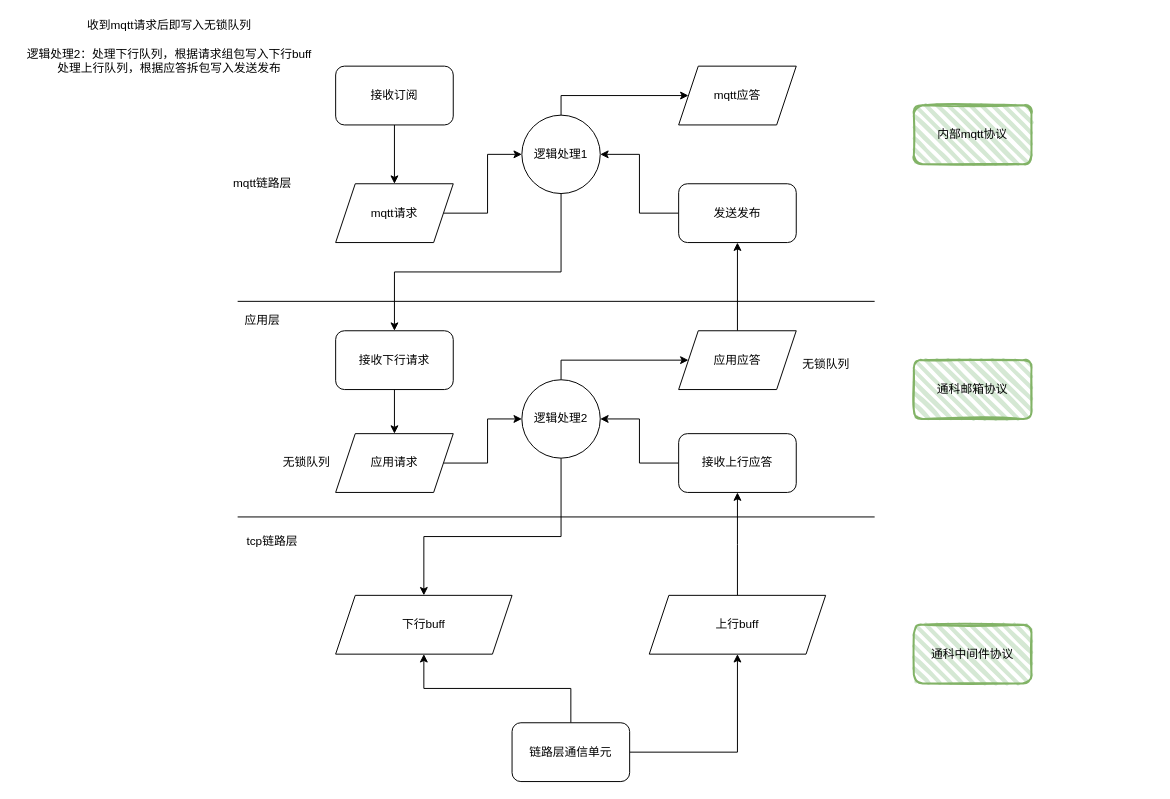
Before: 未命名绘图.drawio in jerry028/hello-world, a draw.io diagram. Source tidied: cells renumbered, new cells numbered last; positions are measured from the earlier drawing's top-left corner, leaving out a move shared by most shapes. Both pictures are drawn from the tidied source at 98%, with x=0, y=0 at pixel (17, 17).
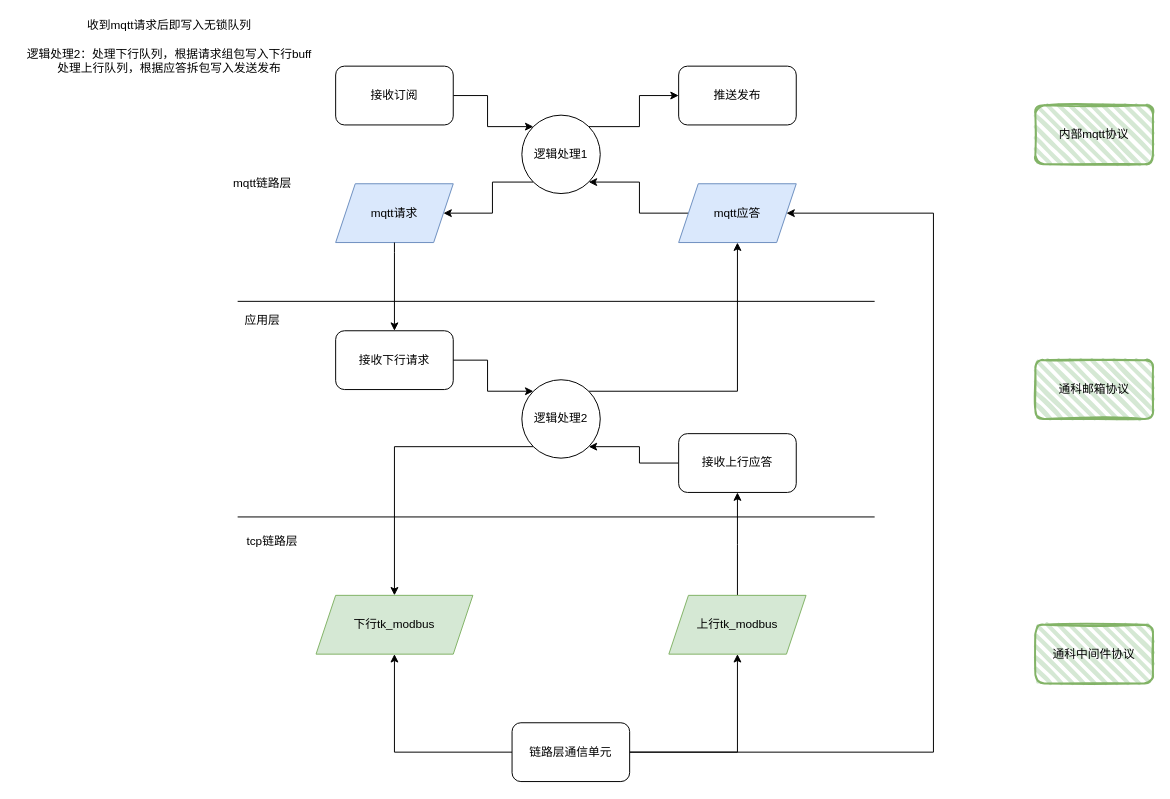
The same page after the edit.

Commit message:
更新未命名绘图.drawio

The change refers to these unchanged cells:
```xml
<mxCell id="3" value="接收下行请求" style="rounded=1;whiteSpace=wrap;html=1;" parent="1" vertex="1">
  <mxGeometry x="325" y="320" width="120" height="60" as="geometry" />
</mxCell>
<mxCell id="10" value="接收订阅" style="rounded=1;whiteSpace=wrap;html=1;" parent="1" vertex="1">
  <mxGeometry x="325" y="50" width="120" height="60" as="geometry" />
</mxCell>
<mxCell id="18" value="逻辑处理1" style="ellipse;whiteSpace=wrap;html=1;" parent="1" vertex="1">
  <mxGeometry x="515" y="100" width="80" height="80" as="geometry" />
</mxCell>
<mxCell id="23" value="逻辑处理2" style="ellipse;whiteSpace=wrap;html=1;" parent="1" vertex="1">
  <mxGeometry x="515" y="370" width="80" height="80" as="geometry" />
</mxCell>
<mxCell id="28" value="接收上行应答" style="rounded=1;whiteSpace=wrap;html=1;" parent="1" vertex="1">
  <mxGeometry x="675" y="425" width="120" height="60" as="geometry" />
</mxCell>
<mxCell id="33" value="链路层通信单元" style="rounded=1;whiteSpace=wrap;html=1;" parent="1" vertex="1">
  <mxGeometry x="505" y="720" width="120" height="60" as="geometry" />
</mxCell>
```

Diff of the diagram source:
```diff
@@
-    <mxCell id="2" style="edgeStyle=orthogonalEdgeStyle;rounded=0;jettySize=auto;html=1;entryX=0.5;entryY=0;entryDx=0;entryDy=0;" parent="1" edge="1" source="3" target="20">
-      <mxGeometry relative="1" as="geometry" />
-    </mxCell>
@@
-    <mxCell id="9" style="edgeStyle=orthogonalEdgeStyle;rounded=0;jettySize=auto;html=1;entryX=0.5;entryY=0;entryDx=0;entryDy=0;" parent="1" edge="1" source="10" target="12">
+    <mxCell id="9" style="edgeStyle=orthogonalEdgeStyle;rounded=0;jettySize=auto;html=1;entryX=0;entryY=0;entryDx=0;entryDy=0;" parent="1" edge="1" source="10" target="18">
       <mxGeometry relative="1" as="geometry" />
     </mxCell>
@@
-    <mxCell id="11" style="edgeStyle=orthogonalEdgeStyle;rounded=0;jettySize=auto;html=1;" parent="1" edge="1" source="12" target="18">
-      <mxGeometry relative="1" as="geometry" />
+    <mxCell id="11" style="edgeStyle=orthogonalEdgeStyle;rounded=0;jettySize=auto;html=1;entryX=1;entryY=0.5;entryDx=0;entryDy=0;exitX=0;exitY=1;exitDx=0;exitDy=0;" parent="1" edge="1" source="18" target="12">
+      <mxGeometry relative="1" as="geometry">
+        <Array as="points">
+          <mxPoint x="485" y="168" />
+          <mxPoint x="485" y="200" />
+        </Array>
+      </mxGeometry>
     </mxCell>
-    <mxCell id="12" value="mqtt请求" style="shape=parallelogram;perimeter=parallelogramPerimeter;whiteSpace=wrap;html=1;fixedSize=1;" parent="1" vertex="1">
+    <mxCell id="12" value="mqtt请求" style="shape=parallelogram;perimeter=parallelogramPerimeter;whiteSpace=wrap;html=1;fixedSize=1;fillColor=#dae8fc;strokeColor=#6c8ebf;" parent="1" vertex="1">
       <mxGeometry x="325" y="170" width="120" height="60" as="geometry" />
     </mxCell>
-    <mxCell id="13" value="mqtt应答" style="shape=parallelogram;perimeter=parallelogramPerimeter;whiteSpace=wrap;html=1;fixedSize=1;" parent="1" vertex="1">
-      <mxGeometry x="675" y="50" width="120" height="60" as="geometry" />
-    </mxCell>
-    <mxCell id="14" style="edgeStyle=orthogonalEdgeStyle;rounded=0;jettySize=auto;html=1;entryX=1;entryY=0.5;entryDx=0;entryDy=0;" parent="1" edge="1" source="15" target="18">
+    <mxCell id="14" style="edgeStyle=orthogonalEdgeStyle;rounded=0;jettySize=auto;html=1;entryX=1;entryY=1;entryDx=0;entryDy=0;exitX=0;exitY=0.5;exitDx=0;exitDy=0;" parent="1" edge="1" source="30" target="18">
       <mxGeometry relative="1" as="geometry" />
     </mxCell>
-    <mxCell id="15" value="发送发布" style="rounded=1;whiteSpace=wrap;html=1;" parent="1" vertex="1">
-      <mxGeometry x="675" y="170" width="120" height="60" as="geometry" />
-    </mxCell>
-    <mxCell id="16" style="edgeStyle=orthogonalEdgeStyle;rounded=0;jettySize=auto;html=1;entryX=0.5;entryY=0;entryDx=0;entryDy=0;" parent="1" edge="1" source="18" target="3">
+    <mxCell id="16" style="edgeStyle=orthogonalEdgeStyle;rounded=0;jettySize=auto;html=1;entryX=0.5;entryY=0;entryDx=0;entryDy=0;exitX=0.5;exitY=1;exitDx=0;exitDy=0;" parent="1" edge="1" source="12" target="3">
       <mxGeometry relative="1" as="geometry">
         <Array as="points">
-          <mxPoint x="555" y="260" />
-          <mxPoint x="385" y="260" />
+          <mxPoint x="385" y="240" />
+          <mxPoint x="385" y="240" />
         </Array>
       </mxGeometry>
     </mxCell>
-    <mxCell id="17" style="edgeStyle=orthogonalEdgeStyle;rounded=0;jettySize=auto;html=1;entryX=0;entryY=0.5;entryDx=0;entryDy=0;exitX=0.5;exitY=0;exitDx=0;exitDy=0;" parent="1" edge="1" source="18" target="13">
+    <mxCell id="17" style="edgeStyle=orthogonalEdgeStyle;rounded=0;jettySize=auto;html=1;entryX=0;entryY=0.5;entryDx=0;entryDy=0;exitX=1;exitY=0;exitDx=0;exitDy=0;" parent="1" edge="1" source="18" target="41">
       <mxGeometry relative="1" as="geometry" />
     </mxCell>
@@
-    <mxCell id="19" style="edgeStyle=orthogonalEdgeStyle;rounded=0;jettySize=auto;html=1;entryX=0;entryY=0.5;entryDx=0;entryDy=0;" parent="1" edge="1" source="20" target="23">
+    <mxCell id="19" style="edgeStyle=orthogonalEdgeStyle;rounded=0;jettySize=auto;html=1;entryX=0;entryY=0;entryDx=0;entryDy=0;exitX=1;exitY=0.5;exitDx=0;exitDy=0;" parent="1" edge="1" source="3" target="23">
       <mxGeometry relative="1" as="geometry" />
     </mxCell>
-    <mxCell id="20" value="应用请求" style="shape=parallelogram;perimeter=parallelogramPerimeter;whiteSpace=wrap;html=1;fixedSize=1;" parent="1" vertex="1">
-      <mxGeometry x="325" y="425" width="120" height="60" as="geometry" />
-    </mxCell>
-    <mxCell id="21" style="edgeStyle=orthogonalEdgeStyle;rounded=0;jettySize=auto;html=1;" parent="1" edge="1" source="23" target="24">
+    <mxCell id="21" style="edgeStyle=orthogonalEdgeStyle;rounded=0;jettySize=auto;html=1;exitX=0;exitY=1;exitDx=0;exitDy=0;entryX=0.5;entryY=0;entryDx=0;entryDy=0;" parent="1" edge="1" source="23" target="24">
       <mxGeometry relative="1" as="geometry">
         <Array as="points">
-          <mxPoint x="555" y="530" />
-          <mxPoint x="415" y="530" />
+          <mxPoint x="385" y="438" />
         </Array>
       </mxGeometry>
     </mxCell>
-    <mxCell id="22" style="edgeStyle=orthogonalEdgeStyle;rounded=0;jettySize=auto;html=1;exitX=0.5;exitY=0;exitDx=0;exitDy=0;" parent="1" edge="1" source="23" target="30">
+    <mxCell id="22" style="edgeStyle=orthogonalEdgeStyle;rounded=0;jettySize=auto;html=1;exitX=1;exitY=0;exitDx=0;exitDy=0;" parent="1" edge="1" source="23" target="30">
       <mxGeometry relative="1" as="geometry" />
     </mxCell>
@@
-    <mxCell id="24" value="下行buff" style="shape=parallelogram;perimeter=parallelogramPerimeter;whiteSpace=wrap;html=1;fixedSize=1;" parent="1" vertex="1">
-      <mxGeometry x="325" y="590" width="180" height="60" as="geometry" />
+    <mxCell id="24" value="下行tk_modbus" style="shape=parallelogram;perimeter=parallelogramPerimeter;whiteSpace=wrap;html=1;fixedSize=1;fillColor=#d5e8d4;strokeColor=#82b366;" parent="1" vertex="1">
+      <mxGeometry x="305" y="590" width="160" height="60" as="geometry" />
     </mxCell>
@@
-    <mxCell id="26" value="上行buff" style="shape=parallelogram;perimeter=parallelogramPerimeter;whiteSpace=wrap;html=1;fixedSize=1;" parent="1" vertex="1">
-      <mxGeometry x="645" y="590" width="180" height="60" as="geometry" />
+    <mxCell id="26" value="上行tk_modbus" style="shape=parallelogram;perimeter=parallelogramPerimeter;whiteSpace=wrap;html=1;fixedSize=1;fillColor=#d5e8d4;strokeColor=#82b366;" parent="1" vertex="1">
+      <mxGeometry x="665" y="590" width="140" height="60" as="geometry" />
     </mxCell>
-    <mxCell id="27" style="edgeStyle=orthogonalEdgeStyle;rounded=0;jettySize=auto;html=1;entryX=1;entryY=0.5;entryDx=0;entryDy=0;" parent="1" edge="1" source="28" target="23">
+    <mxCell id="27" style="edgeStyle=orthogonalEdgeStyle;rounded=0;jettySize=auto;html=1;entryX=1;entryY=1;entryDx=0;entryDy=0;" parent="1" edge="1" source="28" target="23">
       <mxGeometry relative="1" as="geometry" />
     </mxCell>
@@
-    <mxCell id="29" style="edgeStyle=orthogonalEdgeStyle;rounded=0;jettySize=auto;html=1;entryX=0.5;entryY=1;entryDx=0;entryDy=0;" parent="1" edge="1" source="30" target="15">
-      <mxGeometry relative="1" as="geometry" />
-    </mxCell>
-    <mxCell id="30" value="应用应答" style="shape=parallelogram;perimeter=parallelogramPerimeter;whiteSpace=wrap;html=1;fixedSize=1;" parent="1" vertex="1">
-      <mxGeometry x="675" y="320" width="120" height="60" as="geometry" />
+    <mxCell id="30" value="mqtt应答" style="shape=parallelogram;perimeter=parallelogramPerimeter;whiteSpace=wrap;html=1;fixedSize=1;fillColor=#dae8fc;strokeColor=#6c8ebf;" parent="1" vertex="1">
+      <mxGeometry x="675" y="170" width="120" height="60" as="geometry" />
     </mxCell>
@@
+    <mxCell id="40" style="edgeStyle=orthogonalEdgeStyle;rounded=0;jettySize=auto;html=1;entryX=1;entryY=0.5;entryDx=0;entryDy=0;" parent="1" edge="1" source="33" target="30">
+      <mxGeometry relative="1" as="geometry">
+        <Array as="points">
+          <mxPoint x="935" y="750" />
+          <mxPoint x="935" y="200" />
+        </Array>
+      </mxGeometry>
+    </mxCell>
@@
     <mxCell id="34" value="内部mqtt协议" style="rounded=1;whiteSpace=wrap;html=1;strokeWidth=2;fillWeight=4;hachureGap=8;hachureAngle=45;fillColor=#d5e8d4;sketch=1;strokeColor=#82b366;" parent="1" vertex="1">
-      <mxGeometry x="915" y="90" width="120" height="60" as="geometry" />
+      <mxGeometry x="1039" y="90" width="120" height="60" as="geometry" />
     </mxCell>
     <mxCell id="35" value="通科邮箱协议" style="rounded=1;whiteSpace=wrap;html=1;strokeWidth=2;fillWeight=4;hachureGap=8;hachureAngle=45;fillColor=#d5e8d4;sketch=1;strokeColor=#82b366;" parent="1" vertex="1">
-      <mxGeometry x="915" y="350" width="120" height="60" as="geometry" />
+      <mxGeometry x="1039" y="350" width="120" height="60" as="geometry" />
     </mxCell>
     <mxCell id="36" value="通科中间件协议" style="rounded=1;whiteSpace=wrap;html=1;strokeWidth=2;fillWeight=4;hachureGap=8;hachureAngle=45;fillColor=#d5e8d4;sketch=1;strokeColor=#82b366;" parent="1" vertex="1">
-      <mxGeometry x="915" y="620" width="120" height="60" as="geometry" />
+      <mxGeometry x="1039" y="620" width="120" height="60" as="geometry" />
     </mxCell>
-    <mxCell id="37" value="无锁队列" style="text;html=1;align=center;verticalAlign=middle;strokeColor=none;fillColor=none;" parent="1" vertex="1">
-      <mxGeometry x="265" y="445" width="60" height="20" as="geometry" />
-    </mxCell>
-    <mxCell id="38" value="无锁队列" style="text;html=1;align=center;verticalAlign=middle;strokeColor=none;fillColor=none;" parent="1" vertex="1">
-      <mxGeometry x="795" y="345" width="60" height="20" as="geometry" />
-    </mxCell>
@@
+    <mxCell id="41" value="推送发布" style="rounded=1;whiteSpace=wrap;html=1;" parent="1" vertex="1">
+      <mxGeometry x="675" y="50" width="120" height="60" as="geometry" />
+    </mxCell>
```
